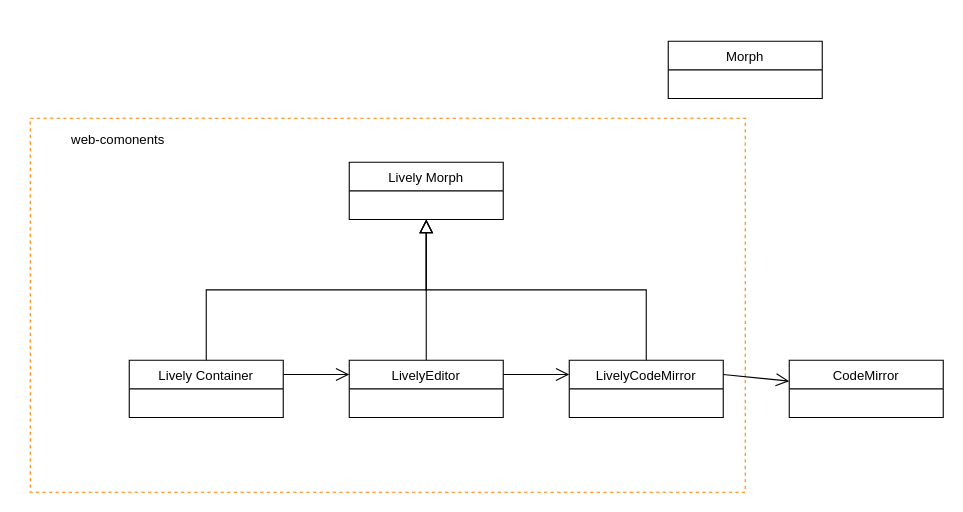
Before: doc/editors.drawio in LivelyKernel/lively4-core, a draw.io diagram. Source tidied: cells renumbered, new cells numbered last; positions are measured from the earlier drawing's top-left corner, leaving out a move shared by most shapes. Both pictures are drawn from the tidied source at 110%, with x=0, y=0 at pixel (30, 41).
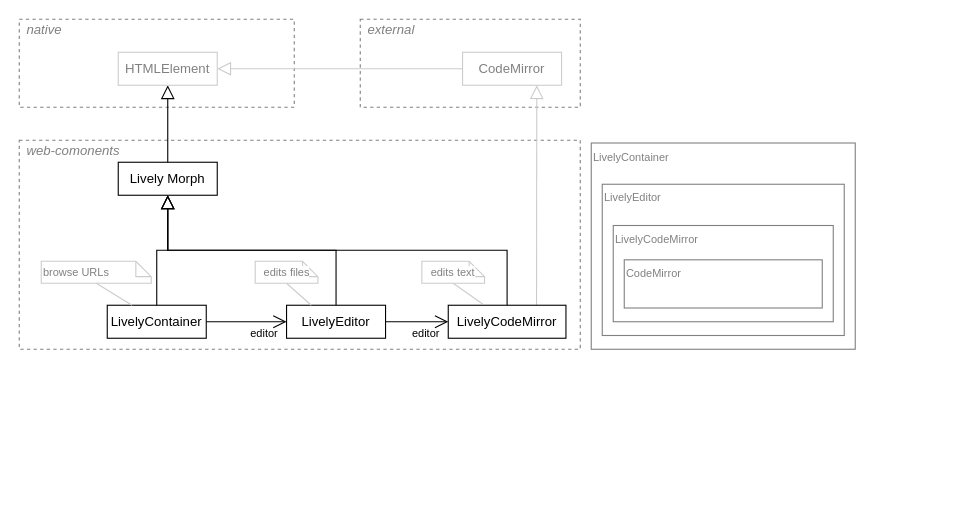
Above is the later version.

The edit, as a diff of the source:
```diff
@@
+    <mxCell id="16" style="rounded=0;whiteSpace=wrap;html=1;fillColor=none;dashed=1;strokeColor=#808080;" parent="1" vertex="1">
+      <mxGeometry x="-10" y="-20" width="250" height="80" as="geometry" />
+    </mxCell>
+    <mxCell id="17" style="rounded=0;whiteSpace=wrap;html=1;fillColor=none;dashed=1;strokeColor=#808080;" parent="1" vertex="1">
+      <mxGeometry x="300" y="-20" width="200" height="80" as="geometry" />
+    </mxCell>
-    <mxCell id="2" style="rounded=0;whiteSpace=wrap;html=1;fillColor=none;dashed=1;strokeColor=#FF8000;" parent="1" vertex="1">
-      <mxGeometry y="70" width="650" height="340" as="geometry" />
+    <mxCell id="2" style="rounded=0;whiteSpace=wrap;html=1;fillColor=none;dashed=1;strokeColor=#808080;" parent="1" vertex="1">
+      <mxGeometry x="-10" y="90" width="510" height="190" as="geometry" />
     </mxCell>
-    <mxCell id="3" style="edgeStyle=orthogonalEdgeStyle;rounded=0;jettySize=auto;html=1;entryX=0.5;entryY=1;entryDx=0;entryDy=0;exitX=0.5;exitY=0;exitDx=0;exitDy=0;endArrow=block;endFill=0;strokeWidth=1;endSize=10;" parent="1" edge="1" source="4" target="10">
+    <mxCell id="3" style="edgeStyle=orthogonalEdgeStyle;rounded=0;jettySize=auto;html=1;exitX=0.5;exitY=0;exitDx=0;exitDy=0;endArrow=block;endFill=0;strokeWidth=1;endSize=10;entryX=0.5;entryY=1;entryDx=0;entryDy=0;" parent="1" edge="1" source="21" target="10">
       <mxGeometry relative="1" as="geometry" />
     </mxCell>
-    <mxCell id="4" value="Lively Container" style="swimlane;fontStyle=0;horizontal=1;startSize=26;fillColor=none;" parent="1" vertex="1">
-      <mxGeometry x="90" y="290" width="140" height="52" as="geometry" />
-    </mxCell>
-    <mxCell id="5" style="edgeStyle=orthogonalEdgeStyle;rounded=0;jettySize=auto;html=1;exitX=0.5;exitY=0;exitDx=0;exitDy=0;entryX=0.5;entryY=1;entryDx=0;entryDy=0;endArrow=block;endFill=0;strokeWidth=1;endSize=10;" parent="1" edge="1" source="6" target="10">
+    <mxCell id="5" style="edgeStyle=orthogonalEdgeStyle;rounded=0;jettySize=auto;html=1;entryX=0.5;entryY=1;entryDx=0;entryDy=0;endArrow=block;endFill=0;strokeWidth=1;endSize=10;exitX=0.5;exitY=0;exitDx=0;exitDy=0;" parent="1" edge="1" source="20" target="10">
       <mxGeometry relative="1" as="geometry" />
     </mxCell>
-    <mxCell id="6" value="LivelyEditor" style="swimlane;fontStyle=0;horizontal=1;startSize=26;fillColor=none;" parent="1" vertex="1">
-      <mxGeometry x="290" y="290" width="140" height="52" as="geometry" />
-    </mxCell>
-    <mxCell id="7" style="edgeStyle=orthogonalEdgeStyle;rounded=0;jettySize=auto;html=1;exitX=0.5;exitY=0;exitDx=0;exitDy=0;entryX=0.5;entryY=1;entryDx=0;entryDy=0;endArrow=block;endFill=0;strokeWidth=1;endSize=10;" parent="1" edge="1" source="8" target="10">
+    <mxCell id="7" style="edgeStyle=orthogonalEdgeStyle;rounded=0;jettySize=auto;html=1;exitX=0.5;exitY=0;exitDx=0;exitDy=0;entryX=0.5;entryY=1;entryDx=0;entryDy=0;endArrow=block;endFill=0;strokeWidth=1;endSize=10;" parent="1" edge="1" source="22" target="10">
       <mxGeometry relative="1" as="geometry" />
     </mxCell>
-    <mxCell id="8" value="LivelyCodeMirror" style="swimlane;fontStyle=0;horizontal=1;startSize=26;fillColor=none;" parent="1" vertex="1">
-      <mxGeometry x="490" y="290" width="140" height="52" as="geometry" />
-    </mxCell>
-    <mxCell id="9" value="CodeMirror" style="swimlane;fontStyle=0;horizontal=1;startSize=26;fillColor=none;" parent="1" vertex="1">
-      <mxGeometry x="690" y="290" width="140" height="52" as="geometry" />
-    </mxCell>
-    <mxCell id="10" value="Lively Morph" style="swimlane;fontStyle=0;horizontal=1;startSize=26;fillColor=none;" parent="1" vertex="1">
-      <mxGeometry x="290" y="110" width="140" height="52" as="geometry" />
-    </mxCell>
-    <mxCell id="11" value="Morph" style="swimlane;fontStyle=0;horizontal=1;startSize=26;fillColor=none;" parent="1" vertex="1">
-      <mxGeometry x="580" width="140" height="52" as="geometry" />
-    </mxCell>
+    <mxCell id="18" style="edgeStyle=orthogonalEdgeStyle;rounded=0;jettySize=auto;html=1;entryX=1;entryY=0.5;entryDx=0;entryDy=0;endArrow=block;endFill=0;endSize=10;strokeWidth=1;exitX=0;exitY=0.5;exitDx=0;exitDy=0;strokeColor=#CCCCCC;" parent="1" edge="1" source="23" target="24">
+      <mxGeometry relative="1" as="geometry" />
+    </mxCell>
+    <mxCell id="19" style="edgeStyle=orthogonalEdgeStyle;rounded=0;jettySize=auto;html=1;exitX=0.5;exitY=0;exitDx=0;exitDy=0;endArrow=block;endFill=0;endSize=10;strokeWidth=1;" parent="1" edge="1" source="10" target="24">
+      <mxGeometry relative="1" as="geometry" />
+    </mxCell>
-    <mxCell id="12" value="web-comonents" style="text;html=1;strokeColor=none;fillColor=none;align=center;verticalAlign=middle;whiteSpace=wrap;rounded=0;dashed=1;" parent="1" vertex="1">
-      <mxGeometry x="20" y="80" width="120" height="20" as="geometry" />
+    <mxCell id="12" value="web-comonents" style="text;html=1;strokeColor=none;fillColor=none;align=left;verticalAlign=middle;whiteSpace=wrap;rounded=0;dashed=1;fontColor=#808080;fontStyle=2;" parent="1" vertex="1">
+      <mxGeometry x="-5" y="90" width="120" height="20" as="geometry" />
     </mxCell>
-    <mxCell id="13" style="endArrow=open;html=1;entryX=0;entryY=0.25;entryDx=0;entryDy=0;exitX=1;exitY=0.25;exitDx=0;exitDy=0;endFill=0;endSize=10;" parent="1" edge="1" source="4" target="6">
+    <mxCell id="13" style="endArrow=open;html=1;entryX=0;entryY=0.5;entryDx=0;entryDy=0;endFill=0;endSize=10;" parent="1" edge="1" source="21" target="20">
       <mxGeometry relative="1" as="geometry" />
     </mxCell>
-    <mxCell id="14" style="endArrow=open;html=1;entryX=0;entryY=0.25;entryDx=0;entryDy=0;exitX=1;exitY=0.25;exitDx=0;exitDy=0;endFill=0;endSize=10;" parent="1" edge="1" source="6" target="8">
+    <mxCell id="14" style="endArrow=open;html=1;entryX=0;entryY=0.5;entryDx=0;entryDy=0;exitX=1;exitY=0.5;exitDx=0;exitDy=0;endFill=0;endSize=10;" parent="1" edge="1" source="20" target="22">
       <mxGeometry relative="1" as="geometry" />
     </mxCell>
-    <mxCell id="15" style="endArrow=open;html=1;exitX=1;exitY=0.25;exitDx=0;exitDy=0;endFill=0;endSize=10;" parent="1" edge="1" source="8" target="9">
+    <mxCell id="15" style="endArrow=block;html=1;endFill=0;endSize=10;entryX=0.75;entryY=1;entryDx=0;entryDy=0;exitX=0.75;exitY=0;exitDx=0;exitDy=0;fontColor=#000000;rounded=0;strokeColor=#CCCCCC;strokeWidth=1;" parent="1" edge="1" source="22" target="23">
       <mxGeometry relative="1" as="geometry" />
     </mxCell>
+    <mxCell id="20" value="LivelyEditor" style="whiteSpace=wrap;html=1;strokeColor=#000000;fillColor=none;fontStyle=0;startSize=26;" parent="1" vertex="1">
+      <mxGeometry x="233" y="240" width="90" height="30" as="geometry" />
+    </mxCell>
+    <mxCell id="21" value="LivelyContainer" style="whiteSpace=wrap;html=1;strokeColor=#000000;fillColor=none;fontStyle=0;startSize=26;" parent="1" vertex="1">
+      <mxGeometry x="70" y="240" width="90" height="30" as="geometry" />
+    </mxCell>
+    <mxCell id="22" value="&lt;span style=&quot;text-align: left ; white-space: nowrap&quot;&gt;LivelyCodeMirror&lt;/span&gt;" style="whiteSpace=wrap;html=1;strokeColor=#000000;fillColor=none;fontStyle=0;startSize=26;" parent="1" vertex="1">
+      <mxGeometry x="380" y="240" width="107" height="30" as="geometry" />
+    </mxCell>
+    <mxCell id="23" value="&lt;span style=&quot;text-align: left ; white-space: nowrap&quot;&gt;CodeMirror&lt;/span&gt;" style="whiteSpace=wrap;html=1;fontStyle=0;startSize=26;strokeColor=#CCCCCC;fontColor=#808080;" parent="1" vertex="1">
+      <mxGeometry x="393" y="10" width="90" height="30" as="geometry" />
+    </mxCell>
+    <mxCell id="10" value="&lt;span style=&quot;white-space: nowrap&quot;&gt;Lively Morph&lt;/span&gt;" style="whiteSpace=wrap;html=1;strokeColor=#000000;fillColor=none;fontStyle=0;startSize=26;" parent="1" vertex="1">
+      <mxGeometry x="80" y="110" width="90" height="30" as="geometry" />
+    </mxCell>
+    <mxCell id="24" value="&lt;span style=&quot;white-space: nowrap&quot;&gt;HTMLElement&lt;/span&gt;" style="whiteSpace=wrap;html=1;fontStyle=0;startSize=26;strokeColor=#CCCCCC;fontColor=#808080;" parent="1" vertex="1">
+      <mxGeometry x="80" y="10" width="90" height="30" as="geometry" />
+    </mxCell>
+    <mxCell id="25" value="external" style="text;html=1;strokeColor=none;fillColor=none;align=left;verticalAlign=middle;whiteSpace=wrap;rounded=0;dashed=1;fontColor=#808080;fontStyle=2;" parent="1" vertex="1">
+      <mxGeometry x="305" y="-20" width="120" height="20" as="geometry" />
+    </mxCell>
+    <mxCell id="26" value="native" style="text;html=1;strokeColor=none;fillColor=none;align=left;verticalAlign=middle;whiteSpace=wrap;rounded=0;dashed=1;fontColor=#808080;fontStyle=2;" parent="1" vertex="1">
+      <mxGeometry x="-5" y="-20" width="120" height="20" as="geometry" />
+    </mxCell>
+    <mxCell id="27" value="&lt;font style=&quot;font-size: 10px;&quot;&gt;editor&lt;/font&gt;" style="text;html=1;strokeColor=none;fillColor=none;align=center;verticalAlign=middle;whiteSpace=wrap;rounded=0;dashed=1;fontColor=#000000;fontSize=10;" parent="1" vertex="1">
+      <mxGeometry x="193" y="255" width="40" height="20" as="geometry" />
+    </mxCell>
+    <mxCell id="28" value="&lt;font style=&quot;font-size: 10px;&quot;&gt;editor&lt;/font&gt;" style="text;html=1;strokeColor=none;fillColor=none;align=center;verticalAlign=middle;whiteSpace=wrap;rounded=0;dashed=1;fontColor=#000000;fontSize=10;" parent="1" vertex="1">
+      <mxGeometry x="340" y="255" width="40" height="20" as="geometry" />
+    </mxCell>
+    <mxCell id="29" value="browse URLs" style="shape=note;whiteSpace=wrap;html=1;size=14;verticalAlign=middle;align=left;rounded=1;strokeColor=#CCCCCC;fontSize=10;fontColor=#808080;strokeWidth=1;labelBackgroundColor=#ffffff;endArrow=none;" parent="1" vertex="1">
+      <mxGeometry x="10" y="200" width="100" height="20" as="geometry" />
+    </mxCell>
+    <mxCell id="30" style="endArrow=none;html=1;strokeColor=#CCCCCC;strokeWidth=1;fontSize=10;fontColor=#000000;entryX=0.5;entryY=1;entryDx=0;entryDy=0;entryPerimeter=0;exitX=0.25;exitY=0;exitDx=0;exitDy=0;" parent="1" edge="1" source="21" target="29">
+      <mxGeometry relative="1" as="geometry" />
+    </mxCell>
+    <mxCell id="31" value="edits files" style="shape=note;whiteSpace=wrap;html=1;size=14;verticalAlign=middle;align=center;rounded=1;strokeColor=#CCCCCC;fontSize=10;fontColor=#808080;strokeWidth=1;labelBackgroundColor=#ffffff;endArrow=none;" parent="1" vertex="1">
+      <mxGeometry x="204.5" y="200" width="57" height="20" as="geometry" />
+    </mxCell>
+    <mxCell id="32" style="endArrow=none;html=1;strokeColor=#CCCCCC;strokeWidth=1;fontSize=10;fontColor=#000000;entryX=0.5;entryY=1;entryDx=0;entryDy=0;entryPerimeter=0;exitX=0.25;exitY=0;exitDx=0;exitDy=0;" parent="1" edge="1" source="20" target="31">
+      <mxGeometry relative="1" as="geometry" />
+    </mxCell>
+    <mxCell id="33" value="edits text" style="shape=note;whiteSpace=wrap;html=1;size=14;verticalAlign=middle;align=center;rounded=1;strokeColor=#CCCCCC;fontSize=10;fontColor=#808080;strokeWidth=1;labelBackgroundColor=#ffffff;endArrow=none;" parent="1" vertex="1">
+      <mxGeometry x="356" y="200" width="57" height="20" as="geometry" />
+    </mxCell>
+    <mxCell id="34" style="endArrow=none;html=1;strokeColor=#CCCCCC;strokeWidth=1;fontSize=10;fontColor=#000000;entryX=0.5;entryY=1;entryDx=0;entryDy=0;entryPerimeter=0;exitX=0.292;exitY=-0.04;exitDx=0;exitDy=0;exitPerimeter=0;" parent="1" edge="1" source="22" target="33">
+      <mxGeometry relative="1" as="geometry" />
+    </mxCell>
+    <mxCell id="35" value="LivelyContainer" style="rounded=0;whiteSpace=wrap;html=1;strokeColor=#808080;fillColor=#ffffff;fontSize=10;fontColor=#808080;align=left;verticalAlign=top;" parent="1" vertex="1">
+      <mxGeometry x="510" y="92.5" width="240" height="187.5" as="geometry" />
+    </mxCell>
+    <mxCell id="36" value="LivelyEditor" style="rounded=0;whiteSpace=wrap;html=1;strokeColor=#808080;fillColor=#ffffff;fontSize=10;fontColor=#808080;align=left;verticalAlign=top;" parent="1" vertex="1">
+      <mxGeometry x="520" y="130" width="220" height="137.5" as="geometry" />
+    </mxCell>
+    <mxCell id="37" value="LivelyCodeMirror" style="rounded=0;whiteSpace=wrap;html=1;strokeColor=#808080;fillColor=#ffffff;fontSize=10;fontColor=#808080;align=left;verticalAlign=top;" parent="1" vertex="1">
+      <mxGeometry x="530" y="167.5" width="200" height="87.5" as="geometry" />
+    </mxCell>
+    <mxCell id="38" value="CodeMirror" style="rounded=0;whiteSpace=wrap;html=1;strokeColor=#808080;fillColor=#ffffff;fontSize=10;fontColor=#808080;align=left;verticalAlign=top;" parent="1" vertex="1">
+      <mxGeometry x="540" y="198.7" width="180" height="43.8" as="geometry" />
+    </mxCell>
```
